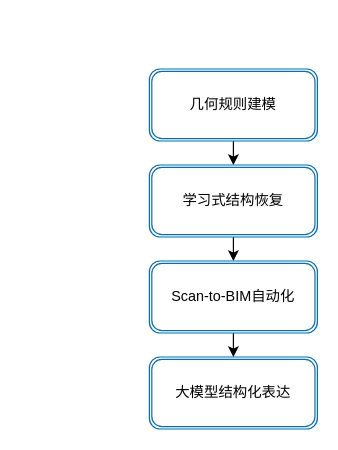
This is diagrams/ppt5.drawio from gcloudream/draw, a draw.io file, before an edit. Source tidied: cells renumbered, new cells numbered last; positions are measured from the earlier drawing's top-left corner, leaving out a move shared by most shapes. Both pictures are drawn from the tidied source at 120%, with x=0, y=0 at pixel (149, 68). Pictures stored in the file or linked from it are replaced by grey dashed boxes.
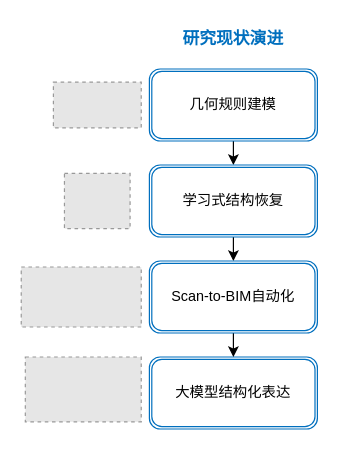
Above is the later version.

Diff of the diagram source:
```diff
@@
 <mxGraphModel>
   <root>
     <mxCell id="0" />
     <mxCell id="1" parent="0" />
     <mxCell id="2" style="edgeStyle=orthogonalEdgeStyle;rounded=0;jettySize=auto;html=1;exitX=0.5;exitY=1;exitDx=0;exitDy=0;entryX=0.5;entryY=0;entryDx=0;entryDy=0;" parent="1" edge="1" source="3" target="5">
       <mxGeometry relative="1" as="geometry" />
     </mxCell>
     <mxCell id="3" value="几何规则建模" style="shape=ext;double=1;rounded=1;whiteSpace=wrap;html=1;strokeColor=light-dark(#006fbe, #ededed);" parent="1" vertex="1">
       <mxGeometry width="140" height="60" as="geometry" />
     </mxCell>
     <mxCell id="4" style="edgeStyle=orthogonalEdgeStyle;rounded=0;jettySize=auto;html=1;exitX=0.5;exitY=1;exitDx=0;exitDy=0;entryX=0.5;entryY=0;entryDx=0;entryDy=0;" parent="1" edge="1" source="5" target="8">
       <mxGeometry relative="1" as="geometry" />
     </mxCell>
     <mxCell id="5" value="学习式结构恢复" style="shape=ext;double=1;rounded=1;whiteSpace=wrap;html=1;strokeColor=light-dark(#006fbe, #ededed);fillColor=default;gradientColor=none;" parent="1" vertex="1">
       <mxGeometry y="80" width="140" height="60" as="geometry" />
     </mxCell>
     <mxCell id="6" value="大模型结构化表达" style="shape=ext;double=1;rounded=1;whiteSpace=wrap;html=1;strokeColor=light-dark(#006fbe, #ededed);" parent="1" vertex="1">
       <mxGeometry y="240" width="140" height="60" as="geometry" />
     </mxCell>
     <mxCell id="7" style="edgeStyle=orthogonalEdgeStyle;rounded=0;jettySize=auto;html=1;exitX=0.5;exitY=1;exitDx=0;exitDy=0;entryX=0.5;entryY=0;entryDx=0;entryDy=0;" parent="1" edge="1" source="8" target="6">
       <mxGeometry relative="1" as="geometry" />
     </mxCell>
     <mxCell id="8" value="Scan-to-BIM自动化" style="shape=ext;double=1;rounded=1;whiteSpace=wrap;html=1;strokeColor=light-dark(#006fbe, #ededed);" parent="1" vertex="1">
       <mxGeometry y="160" width="140" height="60" as="geometry" />
     </mxCell>
+    <mxCell id="9" style="fillColor=#E6E6E6;strokeColor=#999999;dashed=1;verticalLabelPosition=bottom;labelBackgroundColor=default;verticalAlign=top;" parent="1" vertex="1">
+      <mxGeometry x="-80" y="11" width="73.2" height="38" as="geometry" />
+    </mxCell>
+    <mxCell id="10" style="fillColor=#E6E6E6;strokeColor=#999999;dashed=1;verticalLabelPosition=bottom;labelBackgroundColor=default;verticalAlign=top;" parent="1" vertex="1">
+      <mxGeometry x="-70.8" y="87" width="54.7" height="46" as="geometry" />
+    </mxCell>
+    <mxCell id="11" style="fillColor=#E6E6E6;strokeColor=#999999;dashed=1;verticalLabelPosition=bottom;labelBackgroundColor=default;verticalAlign=top;" parent="1" vertex="1">
+      <mxGeometry x="-106.8" y="165" width="100" height="50" as="geometry" />
+    </mxCell>
+    <mxCell id="12" style="fillColor=#E6E6E6;strokeColor=#999999;dashed=1;verticalLabelPosition=bottom;labelBackgroundColor=default;verticalAlign=top;" parent="1" vertex="1">
+      <mxGeometry x="-103.4" y="240" width="96.6" height="54" as="geometry" />
+    </mxCell>
+    <mxCell id="13" value="&lt;b&gt;&lt;font style=&quot;color: rgb(0, 111, 190); font-size: 14px;&quot;&gt;研究现状演进&lt;/font&gt;&lt;/b&gt;" style="text;html=1;whiteSpace=wrap;strokeColor=none;fillColor=none;align=center;verticalAlign=middle;rounded=0;" parent="1" vertex="1">
+      <mxGeometry x="10" y="-40" width="120" height="30" as="geometry" />
+    </mxCell>
   </root>
 </mxGraphModel>
```
